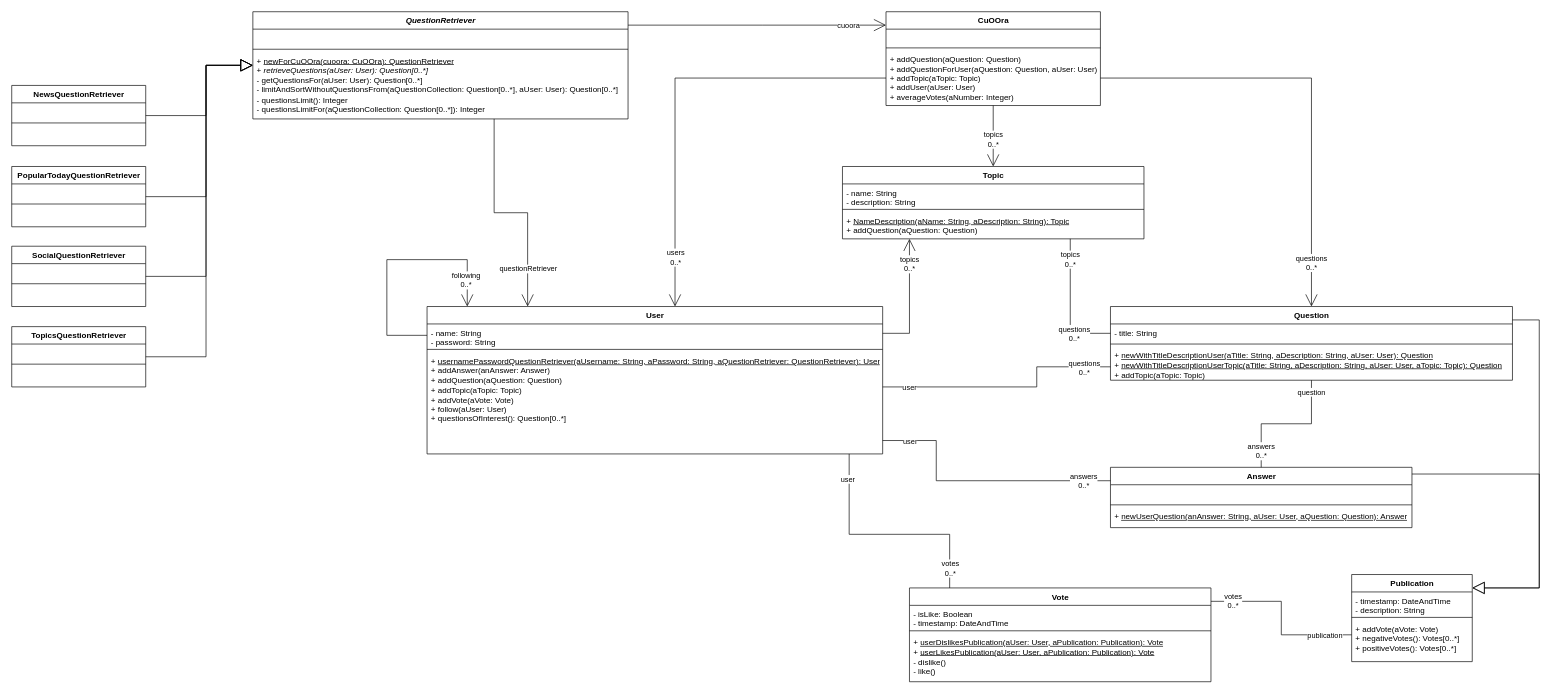
Earlier version of the draw.io diagram uml-refactor.drawio (sufficientname/oo2-cuoora-refactoring). Source tidied: cells renumbered, new cells numbered last; positions are measured from the earlier drawing's top-left corner, leaving out a move shared by most shapes. Both pictures are drawn from the tidied source at 67%, with x=0, y=0 at pixel (11, 11).
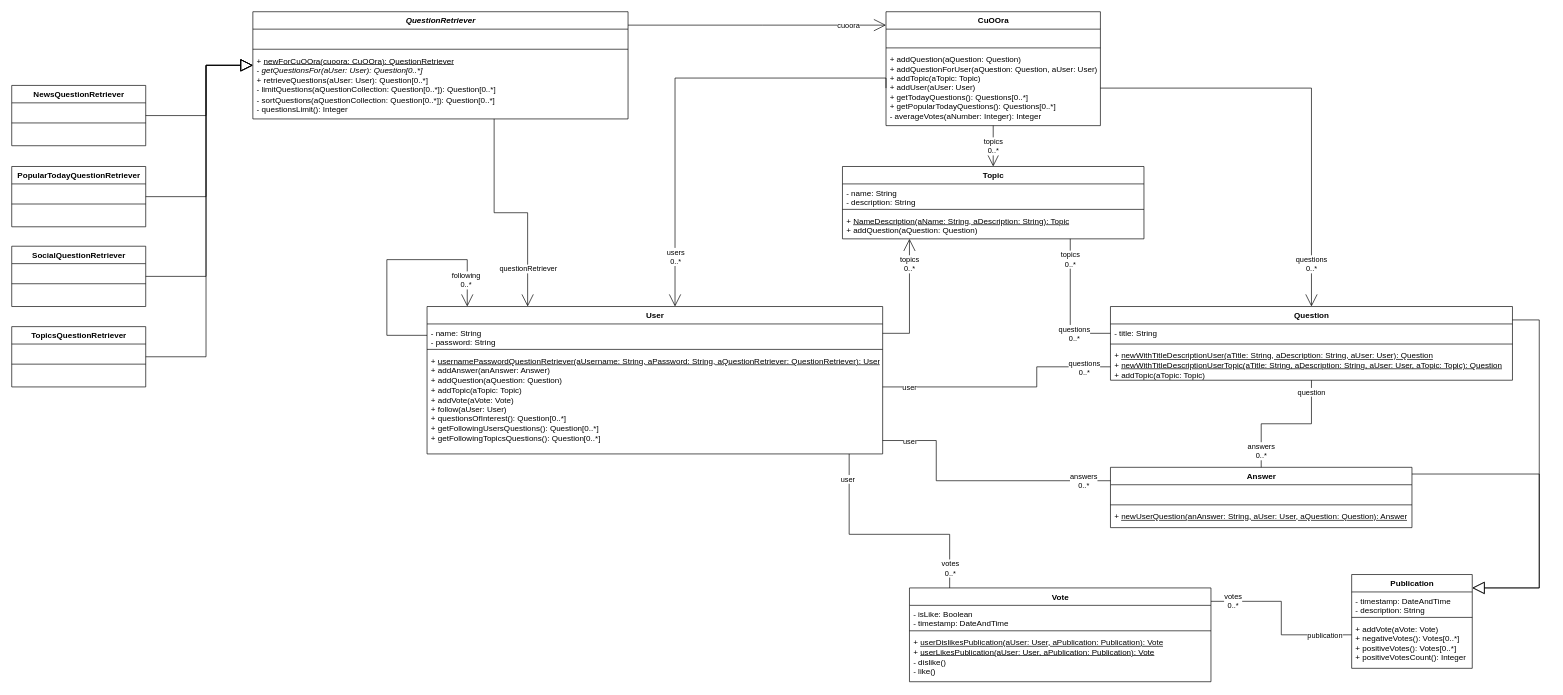
The same diagram, later.

The change refers to these unchanged cells:
```xml
<mxCell id="2" style="edgeStyle=orthogonalEdgeStyle;rounded=0;jumpSize=6;jettySize=auto;html=1;endArrow=open;endFill=0;endSize=16;" parent="1" edge="1" source="4" target="38">
  <mxGeometry relative="1" as="geometry" />
</mxCell>
<mxCell id="18" value="&lt;i&gt;QuestionRetriever&lt;/i&gt;" style="swimlane;fontStyle=1;align=center;verticalAlign=top;horizontal=1;startSize=26;html=1;" parent="1" vertex="1">
  <mxGeometry x="359.9" width="560" height="160" as="geometry" />
</mxCell>
<mxCell id="50" value="User" style="swimlane;fontStyle=1;align=center;verticalAlign=top;horizontal=1;startSize=26;html=1;" parent="1" vertex="1">
  <mxGeometry x="619.9" y="440" width="680" height="220" as="geometry" />
</mxCell>
```

The edit, as a diff of the source:
```diff
@@
     <mxCell id="3" value="&lt;div&gt;topics&lt;/div&gt;&lt;div&gt;0..*&lt;br&gt;&lt;/div&gt;" style="edgeLabel;html=1;align=center;verticalAlign=middle;" parent="2" vertex="1">
       <mxGeometry x="0.8" y="1" relative="1" as="geometry">
-        <mxPoint x="-1" y="-32" as="offset" />
+        <mxPoint x="-1" y="-25" as="offset" />
       </mxGeometry>
     </mxCell>
     <mxCell id="4" value="CuOOra" style="swimlane;fontStyle=1;align=center;verticalAlign=top;horizontal=1;startSize=26;html=1;" parent="1" vertex="1">
-      <mxGeometry x="1304.9" width="320" height="140" as="geometry" />
+      <mxGeometry x="1304.9" width="320" height="170" as="geometry" />
     </mxCell>
@@
-    <mxCell id="7" value="+ addQuestion(aQuestion: Question)&#10;+ addQuestionForUser(aQuestion: Question, aUser: User)&#10;+ addTopic(aTopic: Topic)&#10;+ addUser(aUser: User)&#10;+ averageVotes(aNumber: Integer)&#10;&#10;" style="text;strokeColor=none;fillColor=none;align=left;verticalAlign=top;spacingLeft=4;spacingRight=4;overflow=hidden;points=[[0,0.5],[1,0.5]];portConstraint=eastwest;" parent="4" vertex="1">
-      <mxGeometry y="58" width="320" height="82" as="geometry" />
+    <mxCell id="7" value="+ addQuestion(aQuestion: Question)&#10;+ addQuestionForUser(aQuestion: Question, aUser: User)&#10;+ addTopic(aTopic: Topic)&#10;+ addUser(aUser: User)&#10;+ getTodayQuestions(): Questions[0..*]&#10;+ getPopularTodayQuestions(): Questions[0..*]&#10;- averageVotes(aNumber: Integer): Integer&#10;&#10;&#10;" style="text;strokeColor=none;fillColor=none;align=left;verticalAlign=top;spacingLeft=4;spacingRight=4;overflow=hidden;points=[[0,0.5],[1,0.5]];portConstraint=eastwest;" parent="4" vertex="1">
+      <mxGeometry y="58" width="320" height="112" as="geometry" />
     </mxCell>
     <mxCell id="8" value="Publication" style="swimlane;fontStyle=1;align=center;verticalAlign=top;horizontal=1;startSize=26;html=1;" parent="1" vertex="1">
-      <mxGeometry x="1999.9" y="840" width="180" height="130" as="geometry" />
+      <mxGeometry x="1999.9" y="840" width="180" height="140" as="geometry" />
     </mxCell>
@@
-    <mxCell id="11" value="+ addVote(aVote: Vote)&#10;+ negativeVotes(): Votes[0..*]&#10;+ positiveVotes(): Votes[0..*]" style="text;strokeColor=none;fillColor=none;align=left;verticalAlign=top;spacingLeft=4;spacingRight=4;overflow=hidden;" parent="8" vertex="1">
-      <mxGeometry y="68" width="180" height="62" as="geometry" />
+    <mxCell id="11" value="+ addVote(aVote: Vote)&#10;+ negativeVotes(): Votes[0..*]&#10;+ positiveVotes(): Votes[0..*]&#10;+ positiveVotesCount(): Integer&#10;" style="text;strokeColor=none;fillColor=none;align=left;verticalAlign=top;spacingLeft=4;spacingRight=4;overflow=hidden;" parent="8" vertex="1">
+      <mxGeometry y="68" width="180" height="72" as="geometry" />
     </mxCell>
@@
-    <mxCell id="21" value="&lt;div&gt;+ &lt;u&gt;newForCuOOra(cuoora: CuOOra): QuestionRetriever&lt;/u&gt;&lt;/div&gt;&lt;div&gt;+ &lt;i&gt;retrieveQuestions(aUser: User): Question[0..*]&lt;/i&gt;&lt;br&gt;&lt;/div&gt;&lt;div&gt;- getQuestionsFor(aUser: User): Question[0..*]&lt;/div&gt;&lt;div&gt;- limitAndSortWithoutQuestionsFrom(aQuestionCollection: Question[0..*], aUser: User): Question[0..*]&lt;/div&gt;&lt;div&gt;- questionsLimit(): Integer&lt;/div&gt;&lt;div&gt;- questionsLimitFor(aQuestionCollection: Question[0..*]): Integer&lt;br&gt;&lt;/div&gt;&lt;div&gt;&lt;br&gt;&lt;/div&gt;" style="text;strokeColor=none;fillColor=none;align=left;verticalAlign=top;spacingLeft=4;spacingRight=4;overflow=hidden;html=1;" parent="18" vertex="1">
+    <mxCell id="21" value="&lt;div&gt;+ &lt;u&gt;newForCuOOra(cuoora: CuOOra): QuestionRetriever&lt;/u&gt;&lt;/div&gt;&lt;div&gt;- &lt;i&gt;getQuestionsFor(aUser: User): Question[0..*]&lt;/i&gt;&lt;br&gt;+ retrieveQuestions(aUser: User): Question[0..*]&lt;/div&gt;&lt;div&gt;- limitQuestions(aQuestionCollection: Question[0..*]): Question[0..*]&lt;/div&gt;&lt;div&gt;- sortQuestions(aQuestionCollection: Question[0..*]): Question[0..*]&lt;/div&gt;&lt;div&gt;- questionsLimit(): Integer&lt;/div&gt;" style="text;strokeColor=none;fillColor=none;align=left;verticalAlign=top;spacingLeft=4;spacingRight=4;overflow=hidden;html=1;" parent="18" vertex="1">
       <mxGeometry y="60" width="560" height="100" as="geometry" />
     </mxCell>
@@
-    <mxCell id="55" value="&lt;div&gt;+ &lt;u&gt;usernamePasswordQuestionRetriever(aUsername: String, aPassword: String, aQuestionRetriever: QuestionRetriever): User&lt;br&gt;&lt;/u&gt;&lt;/div&gt;&lt;div&gt;+ addAnswer(anAnswer: Answer)&lt;br&gt;&lt;/div&gt;&lt;div&gt;+ addQuestion(aQuestion: Question)&lt;/div&gt;&lt;div&gt;+ addTopic(aTopic: Topic)&lt;/div&gt;&lt;div&gt;+ addVote(aVote: Vote)&lt;/div&gt;&lt;div&gt;+ follow(aUser: User)&lt;/div&gt;&lt;div&gt;+ questionsOfInterest(): Question[0..*]&lt;/div&gt;&lt;div&gt;&lt;br&gt;&lt;/div&gt;&lt;div&gt;&lt;br&gt;&lt;/div&gt;" style="text;strokeColor=none;fillColor=none;align=left;verticalAlign=top;spacingLeft=4;spacingRight=4;overflow=hidden;html=1;" parent="50" vertex="1">
+    <mxCell id="55" value="&lt;div&gt;+ &lt;u&gt;usernamePasswordQuestionRetriever(aUsername: String, aPassword: String, aQuestionRetriever: QuestionRetriever): User&lt;br&gt;&lt;/u&gt;&lt;/div&gt;&lt;div&gt;+ addAnswer(anAnswer: Answer)&lt;br&gt;&lt;/div&gt;&lt;div&gt;+ addQuestion(aQuestion: Question)&lt;/div&gt;&lt;div&gt;+ addTopic(aTopic: Topic)&lt;/div&gt;&lt;div&gt;+ addVote(aVote: Vote)&lt;/div&gt;&lt;div&gt;+ follow(aUser: User)&lt;/div&gt;&lt;div&gt;+ questionsOfInterest(): Question[0..*]&lt;/div&gt;&lt;div&gt;+ getFollowingUsersQuestions(): Question[0..*]&lt;/div&gt;&lt;div&gt;+ getFollowingTopicsQuestions(): Question[0..*]&lt;/div&gt;&lt;div&gt;&lt;br&gt;&lt;/div&gt;" style="text;strokeColor=none;fillColor=none;align=left;verticalAlign=top;spacingLeft=4;spacingRight=4;overflow=hidden;html=1;" parent="50" vertex="1">
       <mxGeometry y="68" width="680" height="152" as="geometry" />
     </mxCell>
```
